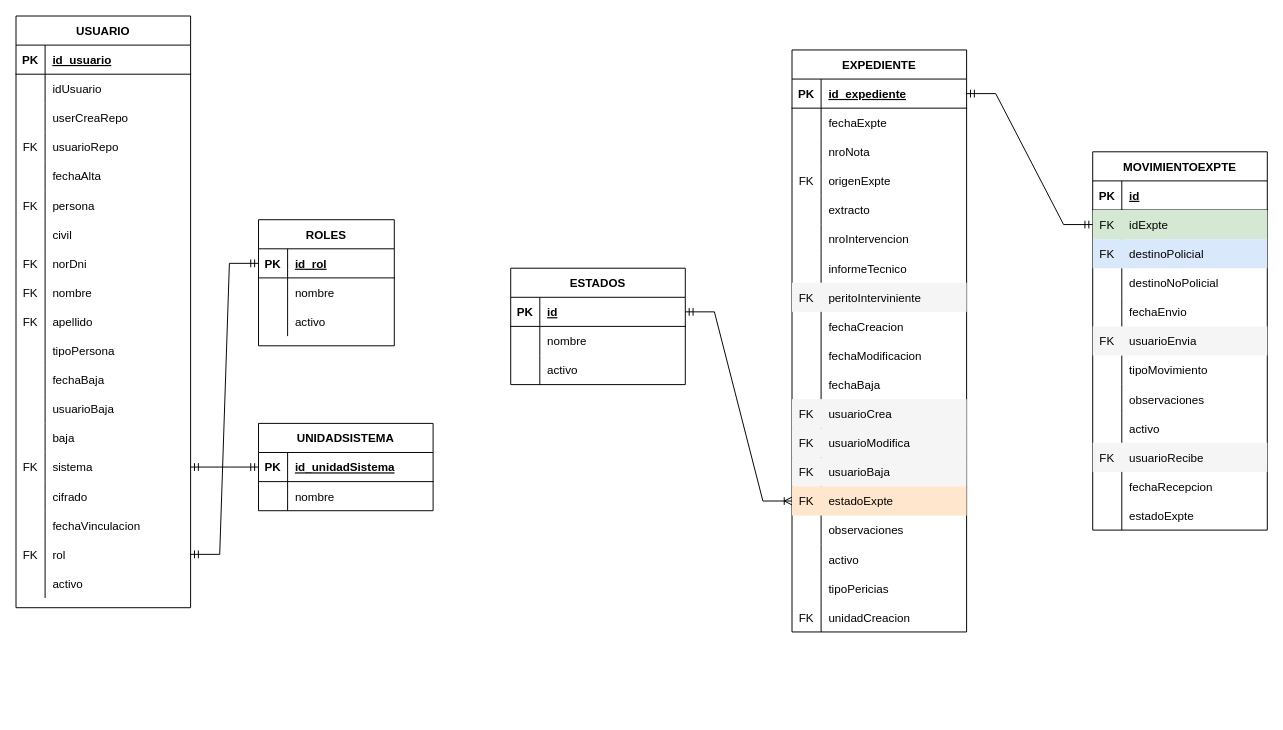
Earlier version of the draw.io diagram WebApiCriminalistica/ScriptSql/criminalistica.drawio (ariellezcano/WebApiCriminalistica). Source tidied: cells renumbered, new cells numbered last; positions are measured from the earlier drawing's top-left corner, leaving out a move shared by most shapes. Both pictures are drawn from the tidied source at 97%, with x=0, y=0 at pixel (16, 16).
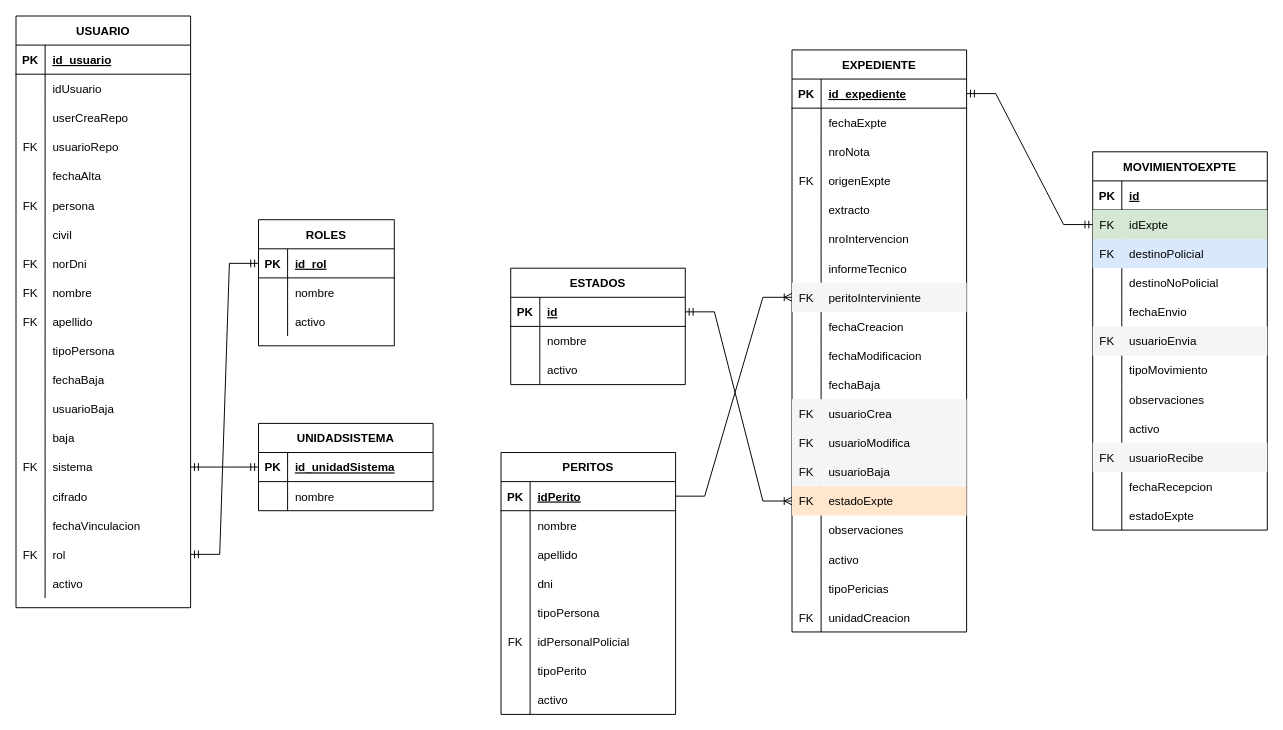
After the change.

Unchanged cells that the change refers to:
```xml
<mxCell id="101" style="shape=tableRow;horizontal=0;startSize=0;swimlaneHead=0;swimlaneBody=0;fillColor=#f5f5f5;points=[[0,0.5],[1,0.5]];portConstraint=eastwest;top=0;left=0;right=0;bottom=0;strokeColor=#666666;fontColor=#333333;" parent="79" vertex="1">
  <mxGeometry y="240" width="180" height="30" as="geometry" />
</mxCell>
```

Diff of the diagram source:
```diff
@@
+    <mxCell id="186" value="PERITOS" style="shape=table;startSize=30;childLayout=tableLayout;rowLines=0;fontStyle=1;align=center;" parent="1" vertex="1">
+      <mxGeometry x="500" y="450" width="180" height="270" as="geometry" />
+    </mxCell>
+    <mxCell id="187" style="shape=tableRow;horizontal=0;startSize=0;swimlaneHead=0;swimlaneBody=0;fillColor=none;points=[[0,0.5],[1,0.5]];portConstraint=eastwest;top=0;left=0;right=0;bottom=1;" parent="186" vertex="1">
+      <mxGeometry y="30" width="180" height="30" as="geometry" />
+    </mxCell>
+    <mxCell id="188" value="PK" style="shape=partialRectangle;fillColor=none;top=0;left=0;bottom=0;right=0;fontStyle=1;overflow=hidden;" parent="187" vertex="1">
+      <mxGeometry width="30" height="30" as="geometry" />
+    </mxCell>
+    <mxCell id="189" value="idPerito" style="shape=partialRectangle;fillColor=none;top=0;left=0;bottom=0;right=0;align=left;spacingLeft=6;fontStyle=5;overflow=hidden;" parent="187" vertex="1">
+      <mxGeometry x="30" width="150" height="30" as="geometry" />
+    </mxCell>
+    <mxCell id="190" style="shape=tableRow;horizontal=0;startSize=0;swimlaneHead=0;swimlaneBody=0;fillColor=none;top=0;left=0;right=0;bottom=0;" parent="186" vertex="1">
+      <mxGeometry y="60" width="180" height="30" as="geometry" />
+    </mxCell>
+    <mxCell id="191" style="shape=partialRectangle;fillColor=none;top=0;left=0;bottom=0;right=0;overflow=hidden;" parent="190" vertex="1">
+      <mxGeometry width="30" height="30" as="geometry" />
+    </mxCell>
+    <mxCell id="192" value="nombre" style="shape=partialRectangle;fillColor=none;top=0;left=0;bottom=0;right=0;align=left;spacingLeft=6;overflow=hidden;" parent="190" vertex="1">
+      <mxGeometry x="30" width="150" height="30" as="geometry" />
+    </mxCell>
+    <mxCell id="193" style="shape=tableRow;horizontal=0;startSize=0;swimlaneHead=0;swimlaneBody=0;fillColor=none;top=0;left=0;right=0;bottom=0;" parent="186" vertex="1">
+      <mxGeometry y="90" width="180" height="30" as="geometry" />
+    </mxCell>
+    <mxCell id="194" style="shape=partialRectangle;fillColor=none;top=0;left=0;bottom=0;right=0;overflow=hidden;" parent="193" vertex="1">
+      <mxGeometry width="30" height="30" as="geometry" />
+    </mxCell>
+    <mxCell id="195" value="apellido" style="shape=partialRectangle;fillColor=none;top=0;left=0;bottom=0;right=0;align=left;spacingLeft=6;overflow=hidden;" parent="193" vertex="1">
+      <mxGeometry x="30" width="150" height="30" as="geometry" />
+    </mxCell>
+    <mxCell id="196" style="shape=tableRow;horizontal=0;startSize=0;swimlaneHead=0;swimlaneBody=0;fillColor=none;top=0;left=0;right=0;bottom=0;" parent="186" vertex="1">
+      <mxGeometry y="120" width="180" height="30" as="geometry" />
+    </mxCell>
+    <mxCell id="197" style="shape=partialRectangle;fillColor=none;top=0;left=0;bottom=0;right=0;overflow=hidden;" parent="196" vertex="1">
+      <mxGeometry width="30" height="30" as="geometry" />
+    </mxCell>
+    <mxCell id="198" value="dni" style="shape=partialRectangle;fillColor=none;top=0;left=0;bottom=0;right=0;align=left;spacingLeft=6;overflow=hidden;" parent="196" vertex="1">
+      <mxGeometry x="30" width="150" height="30" as="geometry" />
+    </mxCell>
+    <mxCell id="199" style="shape=tableRow;horizontal=0;startSize=0;swimlaneHead=0;swimlaneBody=0;fillColor=none;top=0;left=0;right=0;bottom=0;" parent="186" vertex="1">
+      <mxGeometry y="150" width="180" height="30" as="geometry" />
+    </mxCell>
+    <mxCell id="200" style="shape=partialRectangle;fillColor=none;top=0;left=0;bottom=0;right=0;overflow=hidden;" parent="199" vertex="1">
+      <mxGeometry width="30" height="30" as="geometry" />
+    </mxCell>
+    <mxCell id="201" value="tipoPersona" style="shape=partialRectangle;fillColor=none;top=0;left=0;bottom=0;right=0;align=left;spacingLeft=6;overflow=hidden;" parent="199" vertex="1">
+      <mxGeometry x="30" width="150" height="30" as="geometry" />
+    </mxCell>
+    <mxCell id="202" style="shape=tableRow;horizontal=0;startSize=0;swimlaneHead=0;swimlaneBody=0;fillColor=none;top=0;left=0;right=0;bottom=0;" parent="186" vertex="1">
+      <mxGeometry y="180" width="180" height="30" as="geometry" />
+    </mxCell>
+    <mxCell id="203" value="FK" style="shape=partialRectangle;fillColor=none;top=0;left=0;bottom=0;right=0;overflow=hidden;" parent="202" vertex="1">
+      <mxGeometry width="30" height="30" as="geometry" />
+    </mxCell>
+    <mxCell id="204" value="idPersonalPolicial" style="shape=partialRectangle;fillColor=none;top=0;left=0;bottom=0;right=0;align=left;spacingLeft=6;overflow=hidden;" parent="202" vertex="1">
+      <mxGeometry x="30" width="150" height="30" as="geometry" />
+    </mxCell>
+    <mxCell id="205" style="shape=tableRow;horizontal=0;startSize=0;swimlaneHead=0;swimlaneBody=0;fillColor=none;top=0;left=0;right=0;bottom=0;" parent="186" vertex="1">
+      <mxGeometry y="210" width="180" height="30" as="geometry" />
+    </mxCell>
+    <mxCell id="206" style="shape=partialRectangle;fillColor=none;top=0;left=0;bottom=0;right=0;overflow=hidden;" parent="205" vertex="1">
+      <mxGeometry width="30" height="30" as="geometry" />
+    </mxCell>
+    <mxCell id="207" value="tipoPerito" style="shape=partialRectangle;fillColor=none;top=0;left=0;bottom=0;right=0;align=left;spacingLeft=6;overflow=hidden;" parent="205" vertex="1">
+      <mxGeometry x="30" width="150" height="30" as="geometry" />
+    </mxCell>
+    <mxCell id="208" style="shape=tableRow;horizontal=0;startSize=0;swimlaneHead=0;swimlaneBody=0;fillColor=none;top=0;left=0;right=0;bottom=0;" parent="186" vertex="1">
+      <mxGeometry y="240" width="180" height="30" as="geometry" />
+    </mxCell>
+    <mxCell id="209" style="shape=partialRectangle;fillColor=none;top=0;left=0;bottom=0;right=0;overflow=hidden;" parent="208" vertex="1">
+      <mxGeometry width="30" height="30" as="geometry" />
+    </mxCell>
+    <mxCell id="210" value="activo" style="shape=partialRectangle;fillColor=none;top=0;left=0;bottom=0;right=0;align=left;spacingLeft=6;overflow=hidden;" parent="208" vertex="1">
+      <mxGeometry x="30" width="150" height="30" as="geometry" />
+    </mxCell>
+    <mxCell id="211" style="edgeStyle=entityRelationEdgeStyle;fontSize=12;html=1;endArrow=ERoneToMany;rounded=0;" parent="1" edge="1" source="187" target="101">
+      <mxGeometry relative="1" as="geometry" />
+    </mxCell>
```
